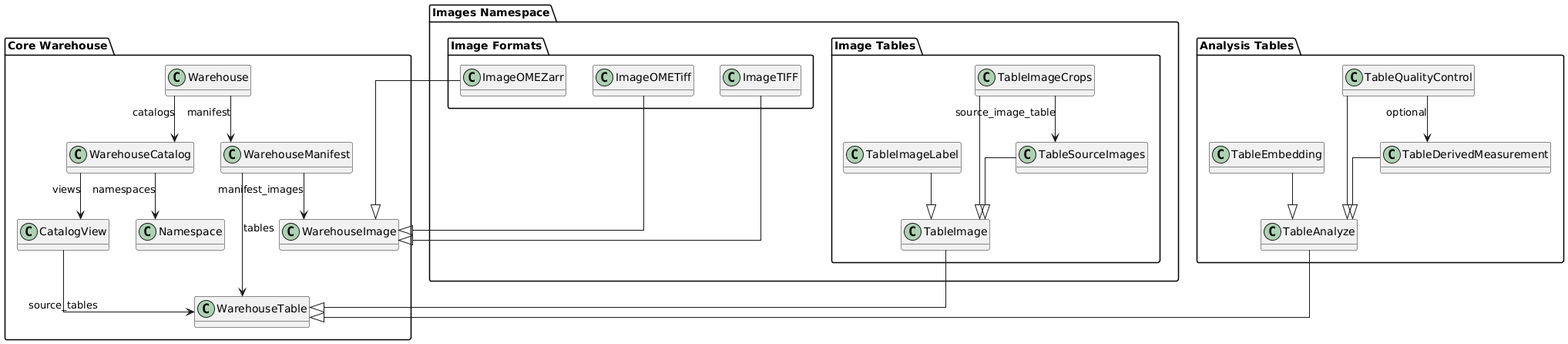
Above: schema/ome_analysis_linkml.plantuml.png in d33bs/iceberg-bioimage (PlantUML), before the change.
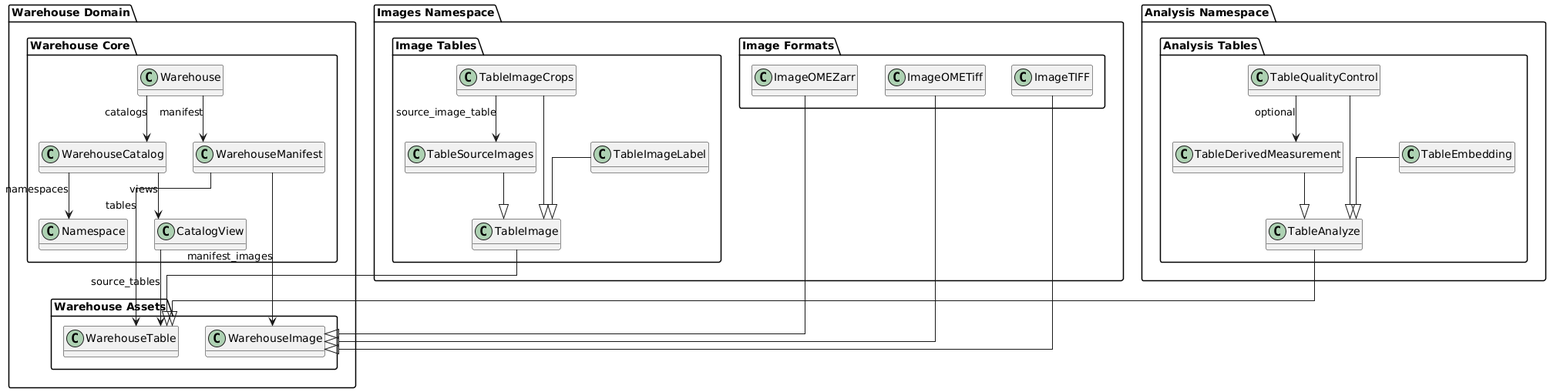
Above is the later version.

What changed in the source:
```diff
@@ -5,14 +5,18 @@
 hide methods
 hide stereotypes
 
-package "Core Warehouse" {
+package "Warehouse Domain" {
+package "Warehouse Core" {
 class Warehouse
 class WarehouseManifest
 class WarehouseCatalog
 class Namespace
 class CatalogView
+}
+package "Warehouse Assets" {
 class WarehouseTable
 class WarehouseImage
+}
 }
 
 package "Images Namespace" {
@@ -29,11 +33,13 @@
 }
 }
 
+package "Analysis Namespace" {
 package "Analysis Tables" {
 class TableAnalyze
 class TableDerivedMeasurement
 class TableQualityControl
 class TableEmbedding
+}
 }
 
 Warehouse --> WarehouseManifest : "manifest"
```
